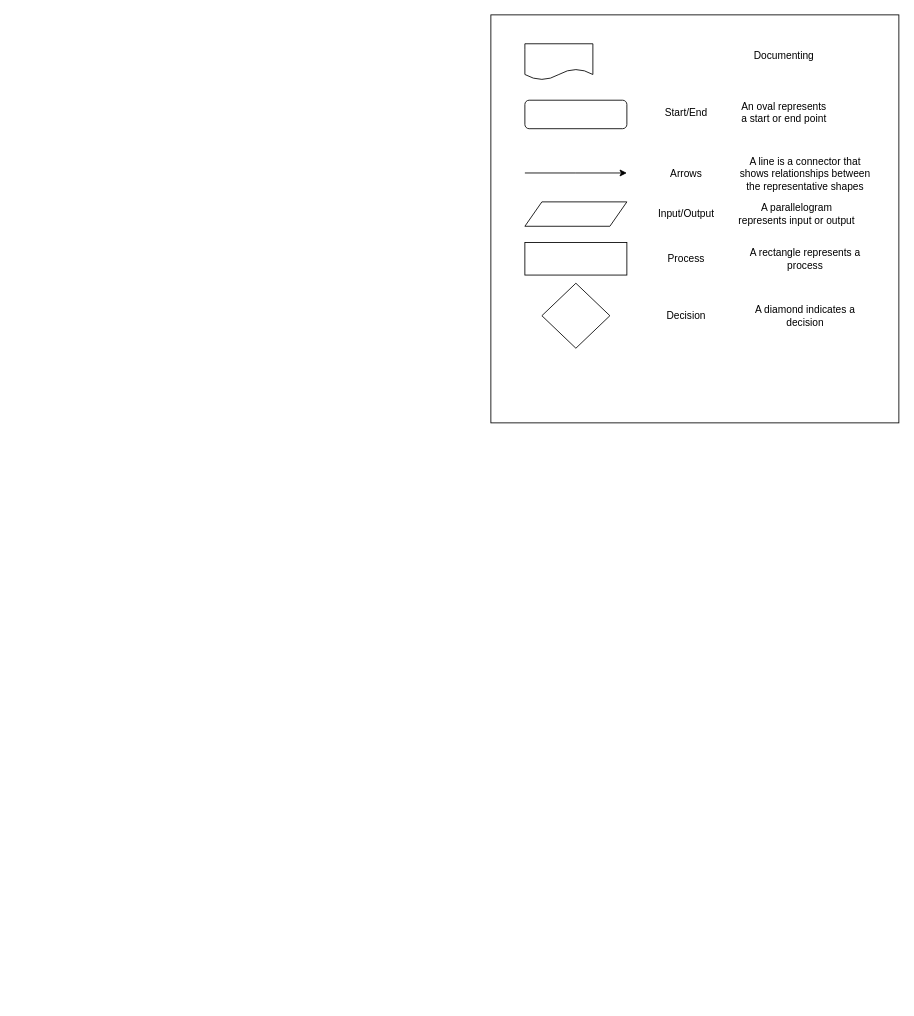
AbhishekMitra-AIT/flowcharts keeps this draw.io diagram as Overview of any Robotics Development_Rev1_20June23.drawio. Above is the earlier version. Source tidied: cells renumbered, new cells numbered last; positions are measured from the earlier drawing's top-left corner, leaving out a move shared by most shapes. Both pictures are drawn from the tidied source at 85%, with x=0, y=0 at pixel (490, 14).
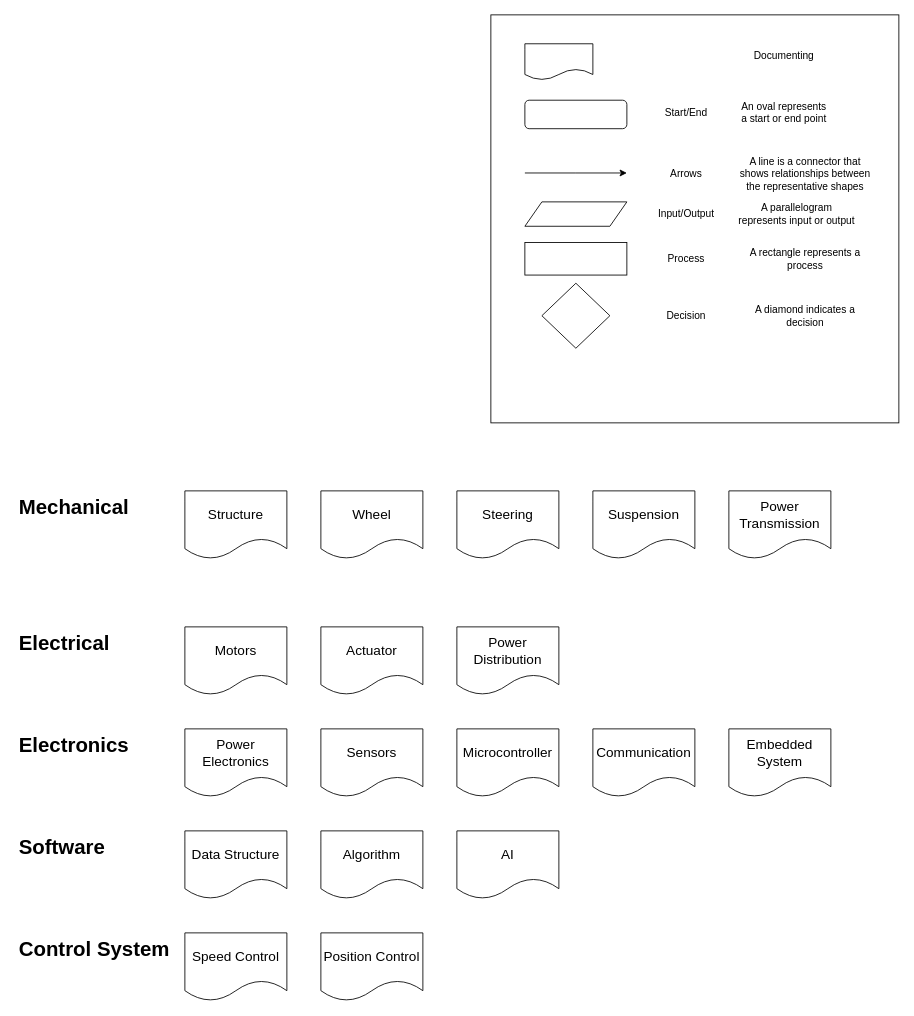
The same diagram, later.

What changed in the source:
```diff
@@
+    <mxCell id="21" value="&lt;h1&gt;Mechanical&lt;br&gt;&lt;/h1&gt;&lt;p&gt;&lt;br&gt;&lt;/p&gt;" style="text;html=1;strokeColor=none;fillColor=none;spacing=5;spacingTop=-20;whiteSpace=wrap;overflow=hidden;rounded=0;" parent="1" vertex="1">
+      <mxGeometry x="-560" y="560" width="190" height="40" as="geometry" />
+    </mxCell>
+    <mxCell id="22" value="&lt;font size=&quot;3&quot;&gt;Structure&lt;br&gt;&lt;/font&gt;" style="shape=document;whiteSpace=wrap;html=1;boundedLbl=1;" parent="1" vertex="1">
+      <mxGeometry x="-360" y="560" width="120" height="80" as="geometry" />
+    </mxCell>
+    <mxCell id="23" value="&lt;font size=&quot;3&quot;&gt;Motors&lt;/font&gt;" style="shape=document;whiteSpace=wrap;html=1;boundedLbl=1;" parent="1" vertex="1">
+      <mxGeometry x="-360" y="720" width="120" height="80" as="geometry" />
+    </mxCell>
+    <mxCell id="24" value="&lt;font size=&quot;3&quot;&gt;Power Transmission&lt;br&gt;&lt;/font&gt;" style="shape=document;whiteSpace=wrap;html=1;boundedLbl=1;" parent="1" vertex="1">
+      <mxGeometry x="280" y="560" width="120" height="80" as="geometry" />
+    </mxCell>
+    <mxCell id="25" value="&lt;font size=&quot;3&quot;&gt;Suspension&lt;/font&gt;" style="shape=document;whiteSpace=wrap;html=1;boundedLbl=1;" parent="1" vertex="1">
+      <mxGeometry x="120" y="560" width="120" height="80" as="geometry" />
+    </mxCell>
+    <mxCell id="26" value="&lt;font size=&quot;3&quot;&gt;Steering&lt;/font&gt;" style="shape=document;whiteSpace=wrap;html=1;boundedLbl=1;" parent="1" vertex="1">
+      <mxGeometry x="-40" y="560" width="120" height="80" as="geometry" />
+    </mxCell>
+    <mxCell id="27" value="&lt;font size=&quot;3&quot;&gt;Wheel&lt;/font&gt;" style="shape=document;whiteSpace=wrap;html=1;boundedLbl=1;" parent="1" vertex="1">
+      <mxGeometry x="-200" y="560" width="120" height="80" as="geometry" />
+    </mxCell>
+    <mxCell id="28" value="&lt;h1&gt;Electrical&lt;br&gt;&lt;/h1&gt;&lt;p&gt;&lt;br&gt;&lt;/p&gt;" style="text;html=1;strokeColor=none;fillColor=none;spacing=5;spacingTop=-20;whiteSpace=wrap;overflow=hidden;rounded=0;" parent="1" vertex="1">
+      <mxGeometry x="-560" y="720" width="190" height="40" as="geometry" />
+    </mxCell>
+    <mxCell id="29" value="&lt;font size=&quot;3&quot;&gt;Actuator&lt;/font&gt;" style="shape=document;whiteSpace=wrap;html=1;boundedLbl=1;" parent="1" vertex="1">
+      <mxGeometry x="-200" y="720" width="120" height="80" as="geometry" />
+    </mxCell>
+    <mxCell id="30" value="&lt;font size=&quot;3&quot;&gt;Power Distribution&lt;br&gt;&lt;/font&gt;" style="shape=document;whiteSpace=wrap;html=1;boundedLbl=1;" parent="1" vertex="1">
+      <mxGeometry x="-40" y="720" width="120" height="80" as="geometry" />
+    </mxCell>
+    <mxCell id="31" value="&lt;font size=&quot;3&quot;&gt;Power Electronics&lt;br&gt;&lt;/font&gt;" style="shape=document;whiteSpace=wrap;html=1;boundedLbl=1;" parent="1" vertex="1">
+      <mxGeometry x="-360" y="840" width="120" height="80" as="geometry" />
+    </mxCell>
+    <mxCell id="32" value="&lt;h1&gt;Electronics&lt;br&gt;&lt;/h1&gt;&lt;p&gt;&lt;br&gt;&lt;/p&gt;" style="text;html=1;strokeColor=none;fillColor=none;spacing=5;spacingTop=-20;whiteSpace=wrap;overflow=hidden;rounded=0;" parent="1" vertex="1">
+      <mxGeometry x="-560" y="840" width="190" height="40" as="geometry" />
+    </mxCell>
+    <mxCell id="33" value="&lt;font size=&quot;3&quot;&gt;Sensors&lt;/font&gt;" style="shape=document;whiteSpace=wrap;html=1;boundedLbl=1;" parent="1" vertex="1">
+      <mxGeometry x="-200" y="840" width="120" height="80" as="geometry" />
+    </mxCell>
+    <mxCell id="34" value="&lt;font size=&quot;3&quot;&gt;Microcontroller&lt;/font&gt;" style="shape=document;whiteSpace=wrap;html=1;boundedLbl=1;" parent="1" vertex="1">
+      <mxGeometry x="-40" y="840" width="120" height="80" as="geometry" />
+    </mxCell>
+    <mxCell id="35" value="&lt;font size=&quot;3&quot;&gt;Communication&lt;/font&gt;" style="shape=document;whiteSpace=wrap;html=1;boundedLbl=1;" parent="1" vertex="1">
+      <mxGeometry x="120" y="840" width="120" height="80" as="geometry" />
+    </mxCell>
+    <mxCell id="36" value="&lt;font size=&quot;3&quot;&gt;Embedded System&lt;br&gt;&lt;/font&gt;" style="shape=document;whiteSpace=wrap;html=1;boundedLbl=1;" parent="1" vertex="1">
+      <mxGeometry x="280" y="840" width="120" height="80" as="geometry" />
+    </mxCell>
+    <mxCell id="37" value="&lt;font size=&quot;3&quot;&gt;Data Structure&lt;br&gt;&lt;/font&gt;" style="shape=document;whiteSpace=wrap;html=1;boundedLbl=1;" parent="1" vertex="1">
+      <mxGeometry x="-360" y="960" width="120" height="80" as="geometry" />
+    </mxCell>
+    <mxCell id="38" value="&lt;h1&gt;Software&lt;br&gt;&lt;/h1&gt;&lt;p&gt;&lt;br&gt;&lt;/p&gt;" style="text;html=1;strokeColor=none;fillColor=none;spacing=5;spacingTop=-20;whiteSpace=wrap;overflow=hidden;rounded=0;" parent="1" vertex="1">
+      <mxGeometry x="-560" y="960" width="190" height="40" as="geometry" />
+    </mxCell>
+    <mxCell id="39" value="&lt;font size=&quot;3&quot;&gt;Algorithm&lt;/font&gt;" style="shape=document;whiteSpace=wrap;html=1;boundedLbl=1;" parent="1" vertex="1">
+      <mxGeometry x="-200" y="960" width="120" height="80" as="geometry" />
+    </mxCell>
+    <mxCell id="40" value="&lt;font size=&quot;3&quot;&gt;AI&lt;br&gt;&lt;/font&gt;" style="shape=document;whiteSpace=wrap;html=1;boundedLbl=1;" parent="1" vertex="1">
+      <mxGeometry x="-40" y="960" width="120" height="80" as="geometry" />
+    </mxCell>
+    <mxCell id="41" value="&lt;font size=&quot;3&quot;&gt;Speed Control&lt;br&gt;&lt;/font&gt;" style="shape=document;whiteSpace=wrap;html=1;boundedLbl=1;" parent="1" vertex="1">
+      <mxGeometry x="-360" y="1080" width="120" height="80" as="geometry" />
+    </mxCell>
+    <mxCell id="42" value="&lt;h1&gt;Control System&lt;br&gt;&lt;/h1&gt;&lt;p&gt;&lt;br&gt;&lt;/p&gt;" style="text;html=1;strokeColor=none;fillColor=none;spacing=5;spacingTop=-20;whiteSpace=wrap;overflow=hidden;rounded=0;" parent="1" vertex="1">
+      <mxGeometry x="-560" y="1080" width="190" height="40" as="geometry" />
+    </mxCell>
+    <mxCell id="43" value="&lt;font size=&quot;3&quot;&gt;Position Control&lt;br&gt;&lt;/font&gt;" style="shape=document;whiteSpace=wrap;html=1;boundedLbl=1;" parent="1" vertex="1">
+      <mxGeometry x="-200" y="1080" width="120" height="80" as="geometry" />
+    </mxCell>
```
